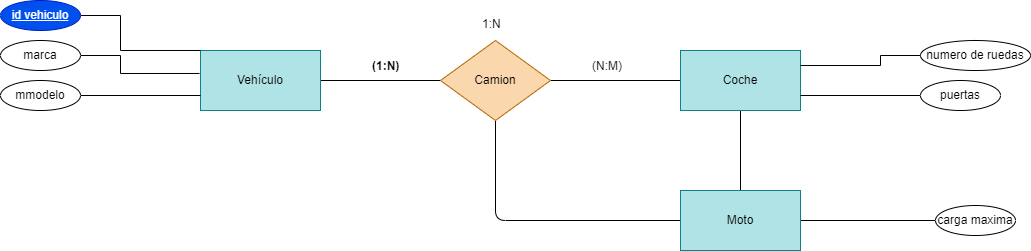
This is Tareas/Unidad2/ejercicio2.17.drawio.png from WhiteCascade/BAE, a draw.io export, as it was before one commit. Source tidied: cells renumbered, new cells last; positions are measured from the earlier drawing's top-left corner, leaving out a move shared by most shapes.
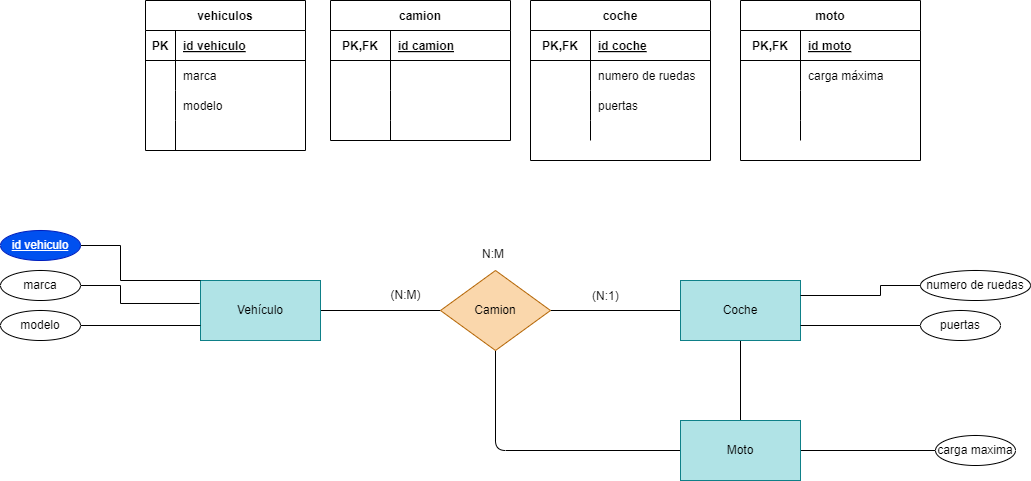
After the commit.

Change to the diagram source:
```diff
@@ -52,7 +52,7 @@
     <mxCell id="13" style="edgeStyle=none;html=1;entryX=0;entryY=0.75;entryDx=0;entryDy=0;endArrow=none;endFill=0;" parent="1" edge="1" source="14" target="3">
       <mxGeometry relative="1" as="geometry" />
     </mxCell>
-    <mxCell id="14" value="mmodelo" style="ellipse;whiteSpace=wrap;html=1;" parent="1" vertex="1">
+    <mxCell id="14" value="modelo" style="ellipse;whiteSpace=wrap;html=1;" parent="1" vertex="1">
       <mxGeometry y="80" width="80" height="30" as="geometry" />
     </mxCell>
     <mxCell id="15" style="edgeStyle=none;html=1;entryX=1;entryY=0.75;entryDx=0;entryDy=0;endArrow=none;endFill=0;" parent="1" edge="1" source="16" target="6">
@@ -72,15 +72,12 @@
     <mxCell id="18" value="&lt;div style=&quot;text-align: left;&quot;&gt;&lt;span style=&quot;background-color: initial;&quot;&gt;numero de ruedas&lt;/span&gt;&lt;/div&gt;" style="ellipse;whiteSpace=wrap;html=1;" parent="1" vertex="1">
       <mxGeometry x="920" y="40" width="110" height="30" as="geometry" />
     </mxCell>
-    <mxCell id="19" value="1:N" style="text;whiteSpace=wrap;html=1;" parent="1" vertex="1">
+    <mxCell id="19" value="N:M" style="text;whiteSpace=wrap;html=1;" parent="1" vertex="1">
       <mxGeometry x="480" y="10" width="50" height="40" as="geometry" />
     </mxCell>
-    <mxCell id="20" value="&lt;p&gt;(N:M)&lt;/p&gt;" style="text;whiteSpace=wrap;html=1;" parent="1" vertex="1">
+    <mxCell id="20" value="&lt;p&gt;(N:1)&lt;/p&gt;" style="text;whiteSpace=wrap;html=1;" parent="1" vertex="1">
       <mxGeometry x="590" y="40" width="60" height="60" as="geometry" />
     </mxCell>
-    <mxCell id="21" value="&lt;p&gt;&lt;strong&gt;(1:N)&lt;/strong&gt;&lt;/p&gt;" style="text;whiteSpace=wrap;html=1;" parent="1" vertex="1">
-      <mxGeometry x="370" y="40" width="60" height="60" as="geometry" />
-    </mxCell>
     <mxCell id="22" style="edgeStyle=none;html=1;entryX=0;entryY=0.5;entryDx=0;entryDy=0;endArrow=none;endFill=0;" parent="1" edge="1" source="23" target="24">
       <mxGeometry relative="1" as="geometry" />
     </mxCell>
@@ -90,5 +87,167 @@
     <mxCell id="24" value="carga maxima" style="ellipse;whiteSpace=wrap;html=1;" parent="1" vertex="1">
       <mxGeometry x="935" y="205" width="80" height="30" as="geometry" />
     </mxCell>
+    <mxCell id="25" value="vehiculos" style="shape=table;startSize=30;rowLines=0;fontStyle=1;align=center;" parent="1" vertex="1">
+      <mxGeometry x="145" y="-230" width="160" height="150" as="geometry" />
+    </mxCell>
+    <mxCell id="26" style="shape=tableRow;horizontal=0;startSize=0;swimlaneHead=0;swimlaneBody=0;fillColor=none;top=0;left=0;right=0;bottom=1;" parent="25" vertex="1">
+      <mxGeometry y="30" width="160" height="30" as="geometry" />
+    </mxCell>
+    <mxCell id="27" value="PK" style="shape=partialRectangle;fillColor=none;top=0;left=0;bottom=0;right=0;fontStyle=1;overflow=hidden;" parent="26" vertex="1">
+      <mxGeometry width="30" height="30" as="geometry" />
+    </mxCell>
+    <mxCell id="28" value="id vehiculo" style="shape=partialRectangle;fillColor=none;top=0;left=0;bottom=0;right=0;align=left;spacingLeft=6;fontStyle=5;overflow=hidden;" parent="26" vertex="1">
+      <mxGeometry x="30" width="130" height="30" as="geometry" />
+    </mxCell>
+    <mxCell id="29" style="shape=tableRow;horizontal=0;startSize=0;swimlaneHead=0;swimlaneBody=0;fillColor=none;points=[[0,0.5],[1,0.5]];portConstraint=eastwest;top=0;left=0;right=0;bottom=0;" parent="25" vertex="1">
+      <mxGeometry y="60" width="160" height="30" as="geometry" />
+    </mxCell>
+    <mxCell id="30" style="shape=partialRectangle;fillColor=none;top=0;left=0;bottom=0;right=0;overflow=hidden;" parent="29" vertex="1">
+      <mxGeometry width="30" height="30" as="geometry" />
+    </mxCell>
+    <mxCell id="31" value="marca" style="shape=partialRectangle;fillColor=none;top=0;left=0;bottom=0;right=0;align=left;spacingLeft=6;overflow=hidden;" parent="29" vertex="1">
+      <mxGeometry x="30" width="130" height="30" as="geometry" />
+    </mxCell>
+    <mxCell id="32" style="shape=tableRow;horizontal=0;startSize=0;swimlaneHead=0;swimlaneBody=0;fillColor=none;top=0;left=0;right=0;bottom=0;" parent="25" vertex="1">
+      <mxGeometry y="90" width="160" height="30" as="geometry" />
+    </mxCell>
+    <mxCell id="33" style="shape=partialRectangle;fillColor=none;top=0;left=0;bottom=0;right=0;overflow=hidden;" parent="32" vertex="1">
+      <mxGeometry width="30" height="30" as="geometry" />
+    </mxCell>
+    <mxCell id="34" value="modelo" style="shape=partialRectangle;fillColor=none;top=0;left=0;bottom=0;right=0;align=left;spacingLeft=6;overflow=hidden;" parent="32" vertex="1">
+      <mxGeometry x="30" width="130" height="30" as="geometry" />
+    </mxCell>
+    <mxCell id="35" style="shape=tableRow;horizontal=0;startSize=0;swimlaneHead=0;swimlaneBody=0;fillColor=none;top=0;left=0;right=0;bottom=0;" parent="25" vertex="1">
+      <mxGeometry y="120" width="160" height="30" as="geometry" />
+    </mxCell>
+    <mxCell id="36" style="shape=partialRectangle;fillColor=none;top=0;left=0;bottom=0;right=0;overflow=hidden;" parent="35" vertex="1">
+      <mxGeometry width="30" height="30" as="geometry" />
+    </mxCell>
+    <mxCell id="37" style="shape=partialRectangle;fillColor=none;top=0;left=0;bottom=0;right=0;align=left;spacingLeft=6;overflow=hidden;" parent="35" vertex="1">
+      <mxGeometry x="30" width="130" height="30" as="geometry" />
+    </mxCell>
+    <mxCell id="38" style="edgeStyle=none;html=1;endArrow=none;endFill=0;" parent="25" edge="1" source="25" target="29">
+      <mxGeometry relative="1" as="geometry" />
+    </mxCell>
+    <mxCell id="39" value="coche" style="shape=table;startSize=30;rowLines=0;fontStyle=1;align=center;" parent="1" vertex="1">
+      <mxGeometry x="530" y="-230" width="180" height="160" as="geometry" />
+    </mxCell>
+    <mxCell id="40" style="shape=tableRow;horizontal=0;startSize=0;swimlaneHead=0;swimlaneBody=0;fillColor=none;top=0;left=0;right=0;bottom=1;" parent="39" vertex="1">
+      <mxGeometry y="30" width="180" height="30" as="geometry" />
+    </mxCell>
+    <mxCell id="41" value="PK,FK" style="shape=partialRectangle;fillColor=none;top=0;left=0;bottom=0;right=0;fontStyle=1;overflow=hidden;" parent="40" vertex="1">
+      <mxGeometry width="60" height="30" as="geometry" />
+    </mxCell>
+    <mxCell id="42" value="id coche" style="shape=partialRectangle;fillColor=none;top=0;left=0;bottom=0;right=0;align=left;spacingLeft=6;fontStyle=5;overflow=hidden;" parent="40" vertex="1">
+      <mxGeometry x="60" width="120" height="30" as="geometry" />
+    </mxCell>
+    <mxCell id="43" style="shape=tableRow;horizontal=0;startSize=0;swimlaneHead=0;swimlaneBody=0;fillColor=none;top=0;left=0;right=0;bottom=0;" parent="39" vertex="1">
+      <mxGeometry y="60" width="180" height="30" as="geometry" />
+    </mxCell>
+    <mxCell id="44" style="shape=partialRectangle;fillColor=none;top=0;left=0;bottom=0;right=0;fontStyle=1;overflow=hidden;" parent="43" vertex="1">
+      <mxGeometry width="60" height="30" as="geometry" />
+    </mxCell>
+    <mxCell id="45" value="numero de ruedas" style="shape=partialRectangle;fillColor=none;top=0;left=0;bottom=0;right=0;align=left;spacingLeft=6;fontStyle=0;overflow=hidden;" parent="43" vertex="1">
+      <mxGeometry x="60" width="120" height="30" as="geometry" />
+    </mxCell>
+    <mxCell id="46" style="shape=tableRow;horizontal=0;startSize=0;swimlaneHead=0;swimlaneBody=0;fillColor=none;top=0;left=0;right=0;bottom=0;" parent="39" vertex="1">
+      <mxGeometry y="90" width="180" height="30" as="geometry" />
+    </mxCell>
+    <mxCell id="47" style="shape=partialRectangle;fillColor=none;top=0;left=0;bottom=0;right=0;overflow=hidden;" parent="46" vertex="1">
+      <mxGeometry width="60" height="30" as="geometry" />
+    </mxCell>
+    <mxCell id="48" value="puertas" style="shape=partialRectangle;fillColor=none;top=0;left=0;bottom=0;right=0;align=left;spacingLeft=6;overflow=hidden;" parent="46" vertex="1">
+      <mxGeometry x="60" width="120" height="30" as="geometry" />
+    </mxCell>
+    <mxCell id="49" style="shape=tableRow;horizontal=0;startSize=0;swimlaneHead=0;swimlaneBody=0;fillColor=none;top=0;left=0;right=0;bottom=0;" parent="39" vertex="1">
+      <mxGeometry y="120" width="180" height="20" as="geometry" />
+    </mxCell>
+    <mxCell id="50" style="shape=partialRectangle;fillColor=none;top=0;left=0;bottom=0;right=0;overflow=hidden;" parent="49" vertex="1">
+      <mxGeometry width="60" height="20" as="geometry" />
+    </mxCell>
+    <mxCell id="51" style="shape=partialRectangle;fillColor=none;top=0;left=0;bottom=0;right=0;align=left;spacingLeft=6;overflow=hidden;" parent="49" vertex="1">
+      <mxGeometry x="60" width="120" height="20" as="geometry" />
+    </mxCell>
+    <mxCell id="52" value="(N:M)" style="text;html=1;align=center;verticalAlign=middle;strokeColor=none;fillColor=none;" parent="1" vertex="1">
+      <mxGeometry x="380" y="50" width="50" height="30" as="geometry" />
+    </mxCell>
+    <mxCell id="53" value="moto" style="shape=table;startSize=30;rowLines=0;fontStyle=1;align=center;" parent="1" vertex="1">
+      <mxGeometry x="740" y="-230" width="180" height="160" as="geometry" />
+    </mxCell>
+    <mxCell id="54" style="shape=tableRow;horizontal=0;startSize=0;swimlaneHead=0;swimlaneBody=0;fillColor=none;top=0;left=0;right=0;bottom=1;" parent="53" vertex="1">
+      <mxGeometry y="30" width="180" height="30" as="geometry" />
+    </mxCell>
+    <mxCell id="55" value="PK,FK" style="shape=partialRectangle;fillColor=none;top=0;left=0;bottom=0;right=0;fontStyle=1;overflow=hidden;" parent="54" vertex="1">
+      <mxGeometry width="60" height="30" as="geometry" />
+    </mxCell>
+    <mxCell id="56" value="id moto" style="shape=partialRectangle;fillColor=none;top=0;left=0;bottom=0;right=0;align=left;spacingLeft=6;fontStyle=5;overflow=hidden;" parent="54" vertex="1">
+      <mxGeometry x="60" width="120" height="30" as="geometry" />
+    </mxCell>
+    <mxCell id="57" style="shape=tableRow;horizontal=0;startSize=0;swimlaneHead=0;swimlaneBody=0;fillColor=none;top=0;left=0;right=0;bottom=0;" parent="53" vertex="1">
+      <mxGeometry y="60" width="180" height="30" as="geometry" />
+    </mxCell>
+    <mxCell id="58" style="shape=partialRectangle;fillColor=none;top=0;left=0;bottom=0;right=0;fontStyle=1;overflow=hidden;" parent="57" vertex="1">
+      <mxGeometry width="60" height="30" as="geometry" />
+    </mxCell>
+    <mxCell id="59" value="carga máxima" style="shape=partialRectangle;fillColor=none;top=0;left=0;bottom=0;right=0;align=left;spacingLeft=6;fontStyle=0;overflow=hidden;" parent="57" vertex="1">
+      <mxGeometry x="60" width="120" height="30" as="geometry" />
+    </mxCell>
+    <mxCell id="60" style="shape=tableRow;horizontal=0;startSize=0;swimlaneHead=0;swimlaneBody=0;fillColor=none;top=0;left=0;right=0;bottom=0;" parent="53" vertex="1">
+      <mxGeometry y="90" width="180" height="30" as="geometry" />
+    </mxCell>
+    <mxCell id="61" style="shape=partialRectangle;fillColor=none;top=0;left=0;bottom=0;right=0;overflow=hidden;" parent="60" vertex="1">
+      <mxGeometry width="60" height="30" as="geometry" />
+    </mxCell>
+    <mxCell id="62" style="shape=partialRectangle;fillColor=none;top=0;left=0;bottom=0;right=0;align=left;spacingLeft=6;overflow=hidden;" parent="60" vertex="1">
+      <mxGeometry x="60" width="120" height="30" as="geometry" />
+    </mxCell>
+    <mxCell id="63" style="shape=tableRow;horizontal=0;startSize=0;swimlaneHead=0;swimlaneBody=0;fillColor=none;top=0;left=0;right=0;bottom=0;" parent="53" vertex="1">
+      <mxGeometry y="120" width="180" height="20" as="geometry" />
+    </mxCell>
+    <mxCell id="64" style="shape=partialRectangle;fillColor=none;top=0;left=0;bottom=0;right=0;overflow=hidden;" parent="63" vertex="1">
+      <mxGeometry width="60" height="20" as="geometry" />
+    </mxCell>
+    <mxCell id="65" style="shape=partialRectangle;fillColor=none;top=0;left=0;bottom=0;right=0;align=left;spacingLeft=6;overflow=hidden;" parent="63" vertex="1">
+      <mxGeometry x="60" width="120" height="20" as="geometry" />
+    </mxCell>
+    <mxCell id="66" value="camion" style="shape=table;startSize=30;rowLines=0;fontStyle=1;align=center;" parent="1" vertex="1">
+      <mxGeometry x="330" y="-230" width="180" height="140" as="geometry" />
+    </mxCell>
+    <mxCell id="67" style="shape=tableRow;horizontal=0;startSize=0;swimlaneHead=0;swimlaneBody=0;fillColor=none;top=0;left=0;right=0;bottom=1;" parent="66" vertex="1">
+      <mxGeometry y="30" width="180" height="30" as="geometry" />
+    </mxCell>
+    <mxCell id="68" value="PK,FK" style="shape=partialRectangle;fillColor=none;top=0;left=0;bottom=0;right=0;fontStyle=1;overflow=hidden;" parent="67" vertex="1">
+      <mxGeometry width="60" height="30" as="geometry" />
+    </mxCell>
+    <mxCell id="69" value="id camion" style="shape=partialRectangle;fillColor=none;top=0;left=0;bottom=0;right=0;align=left;spacingLeft=6;fontStyle=5;overflow=hidden;" parent="67" vertex="1">
+      <mxGeometry x="60" width="120" height="30" as="geometry" />
+    </mxCell>
+    <mxCell id="70" style="shape=tableRow;horizontal=0;startSize=0;swimlaneHead=0;swimlaneBody=0;fillColor=none;top=0;left=0;right=0;bottom=0;" parent="66" vertex="1">
+      <mxGeometry y="60" width="180" height="30" as="geometry" />
+    </mxCell>
+    <mxCell id="71" style="shape=partialRectangle;fillColor=none;top=0;left=0;bottom=0;right=0;fontStyle=1;overflow=hidden;" parent="70" vertex="1">
+      <mxGeometry width="60" height="30" as="geometry" />
+    </mxCell>
+    <mxCell id="72" style="shape=partialRectangle;fillColor=none;top=0;left=0;bottom=0;right=0;align=left;spacingLeft=6;fontStyle=0;overflow=hidden;" parent="70" vertex="1">
+      <mxGeometry x="60" width="120" height="30" as="geometry" />
+    </mxCell>
+    <mxCell id="73" style="shape=tableRow;horizontal=0;startSize=0;swimlaneHead=0;swimlaneBody=0;fillColor=none;top=0;left=0;right=0;bottom=0;" parent="66" vertex="1">
+      <mxGeometry y="90" width="180" height="30" as="geometry" />
+    </mxCell>
+    <mxCell id="74" style="shape=partialRectangle;fillColor=none;top=0;left=0;bottom=0;right=0;overflow=hidden;" parent="73" vertex="1">
+      <mxGeometry width="60" height="30" as="geometry" />
+    </mxCell>
+    <mxCell id="75" style="shape=partialRectangle;fillColor=none;top=0;left=0;bottom=0;right=0;align=left;spacingLeft=6;overflow=hidden;" parent="73" vertex="1">
+      <mxGeometry x="60" width="120" height="30" as="geometry" />
+    </mxCell>
+    <mxCell id="76" style="shape=tableRow;horizontal=0;startSize=0;swimlaneHead=0;swimlaneBody=0;fillColor=none;top=0;left=0;right=0;bottom=0;" parent="66" vertex="1">
+      <mxGeometry y="120" width="180" height="20" as="geometry" />
+    </mxCell>
+    <mxCell id="77" style="shape=partialRectangle;fillColor=none;top=0;left=0;bottom=0;right=0;overflow=hidden;" parent="76" vertex="1">
+      <mxGeometry width="60" height="20" as="geometry" />
+    </mxCell>
+    <mxCell id="78" style="shape=partialRectangle;fillColor=none;top=0;left=0;bottom=0;right=0;align=left;spacingLeft=6;overflow=hidden;" parent="76" vertex="1">
+      <mxGeometry x="60" width="120" height="20" as="geometry" />
+    </mxCell>
   </root>
 </mxGraphModel>
```
